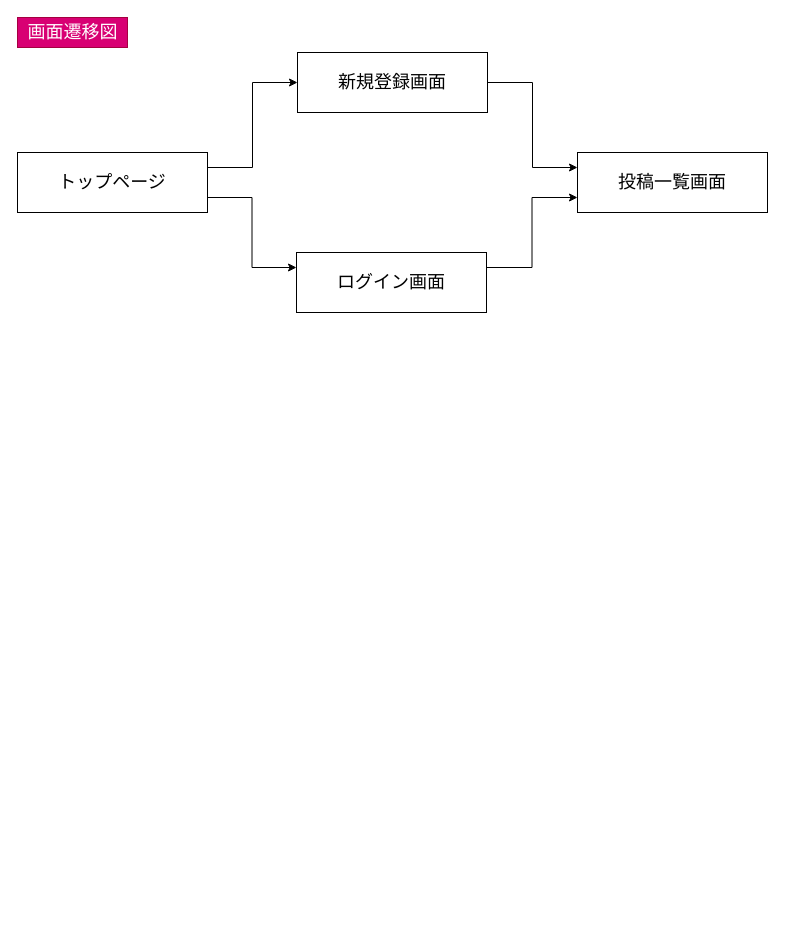
Before: page "画面遷移図" (2 of 2) of ER.dio in ALBAS23/ramen_app_01, a draw.io diagram. Source tidied: cells renumbered, new cells numbered last; positions are measured from the earlier drawing's top-left corner, leaving out a move shared by most shapes. Both pictures are drawn from the tidied source at 100%, with x=0, y=0 at pixel (17, 17).
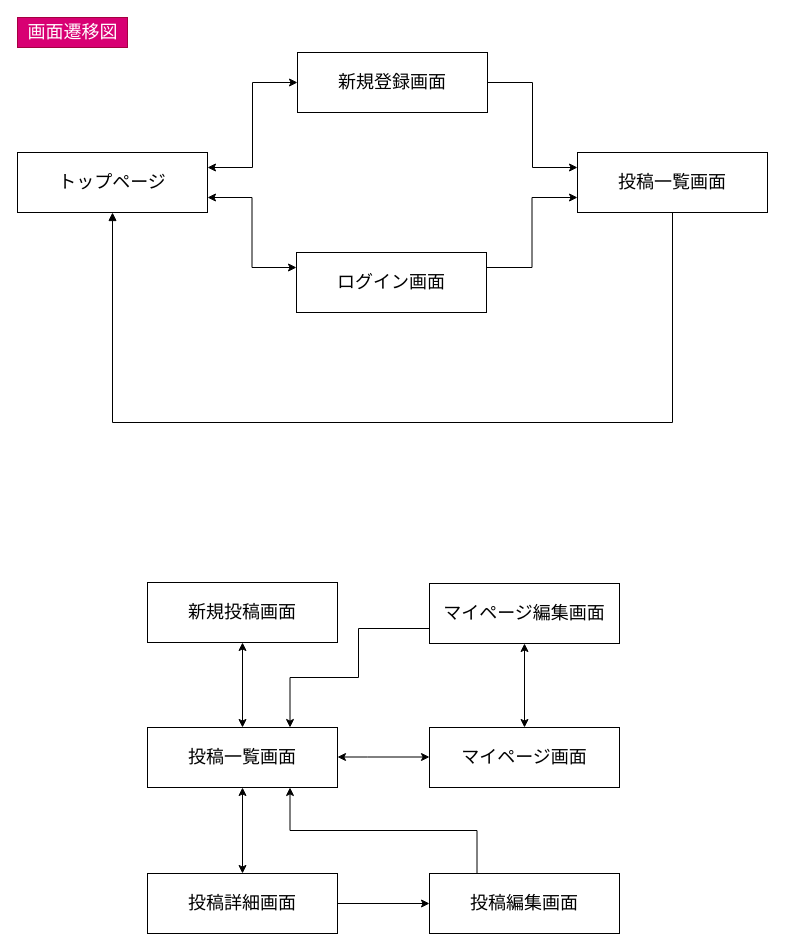
The same diagram, later.

Commit message:
画面遷移図 作成

The change refers to these unchanged cells:
```xml
<mxCell id="4" value="&lt;font style=&quot;font-size: 18px&quot;&gt;トップページ&lt;/font&gt;" style="whiteSpace=wrap;html=1;" parent="1" vertex="1">
  <mxGeometry y="135" width="190" height="60" as="geometry" />
</mxCell>
<mxCell id="6" value="&lt;font style=&quot;font-size: 18px&quot;&gt;新規登録画面&lt;/font&gt;" style="whiteSpace=wrap;html=1;" parent="1" vertex="1">
  <mxGeometry x="280" y="35" width="190" height="60" as="geometry" />
</mxCell>
<mxCell id="8" value="&lt;font style=&quot;font-size: 18px&quot;&gt;ログイン画面&lt;/font&gt;" style="whiteSpace=wrap;html=1;" parent="1" vertex="1">
  <mxGeometry x="279" y="235" width="190" height="60" as="geometry" />
</mxCell>
<mxCell id="9" value="&lt;font style=&quot;font-size: 18px&quot;&gt;投稿一覧画面&lt;/font&gt;" style="whiteSpace=wrap;html=1;" parent="1" vertex="1">
  <mxGeometry x="560" y="135" width="190" height="60" as="geometry" />
</mxCell>
```

The edit, as a diff of the source:
```diff
@@
-    <mxCell id="2" style="edgeStyle=orthogonalEdgeStyle;rounded=0;jettySize=auto;html=1;exitX=1;exitY=0.25;exitDx=0;exitDy=0;entryX=0;entryY=0.5;entryDx=0;entryDy=0;" parent="1" edge="1" source="4" target="6">
+    <mxCell id="2" style="edgeStyle=orthogonalEdgeStyle;rounded=0;jettySize=auto;html=1;exitX=1;exitY=0.25;exitDx=0;exitDy=0;entryX=0;entryY=0.5;entryDx=0;entryDy=0;startArrow=classic;startFill=1;" parent="1" edge="1" source="4" target="6">
       <mxGeometry relative="1" as="geometry" />
     </mxCell>
-    <mxCell id="3" style="edgeStyle=orthogonalEdgeStyle;rounded=0;jettySize=auto;html=1;exitX=1;exitY=0.75;exitDx=0;exitDy=0;entryX=0;entryY=0.25;entryDx=0;entryDy=0;" parent="1" edge="1" source="4" target="8">
+    <mxCell id="3" style="edgeStyle=orthogonalEdgeStyle;rounded=0;jettySize=auto;html=1;exitX=1;exitY=0.75;exitDx=0;exitDy=0;entryX=0;entryY=0.25;entryDx=0;entryDy=0;startArrow=classic;startFill=1;" parent="1" edge="1" source="4" target="8">
       <mxGeometry relative="1" as="geometry" />
     </mxCell>
+    <mxCell id="11" style="edgeStyle=orthogonalEdgeStyle;rounded=0;jettySize=auto;html=1;exitX=0.5;exitY=1;exitDx=0;exitDy=0;entryX=0.5;entryY=1;entryDx=0;entryDy=0;endArrow=none;endFill=0;startArrow=block;startFill=1;" parent="1" edge="1" source="4" target="9">
+      <mxGeometry relative="1" as="geometry">
+        <Array as="points">
+          <mxPoint x="95" y="405" />
+          <mxPoint x="655" y="405" />
+        </Array>
+      </mxGeometry>
+    </mxCell>
@@
+    <mxCell id="12" style="edgeStyle=orthogonalEdgeStyle;rounded=0;jettySize=auto;html=1;exitX=0.5;exitY=0;exitDx=0;exitDy=0;entryX=0.5;entryY=1;entryDx=0;entryDy=0;startArrow=classic;startFill=1;endArrow=classic;endFill=1;" parent="1" edge="1" source="13" target="17">
+      <mxGeometry relative="1" as="geometry" />
+    </mxCell>
+    <mxCell id="13" value="&lt;font style=&quot;font-size: 18px&quot;&gt;投稿一覧画面&lt;/font&gt;" style="whiteSpace=wrap;html=1;" parent="1" vertex="1">
+      <mxGeometry x="130" y="710" width="190" height="60" as="geometry" />
+    </mxCell>
+    <mxCell id="14" value="&lt;font style=&quot;font-size: 18px&quot;&gt;投稿詳細画面&lt;/font&gt;" style="whiteSpace=wrap;html=1;" parent="1" vertex="1">
+      <mxGeometry x="130" y="856" width="190" height="60" as="geometry" />
+    </mxCell>
+    <mxCell id="15" style="edgeStyle=orthogonalEdgeStyle;rounded=0;jettySize=auto;html=1;exitX=0.25;exitY=0;exitDx=0;exitDy=0;entryX=0.75;entryY=1;entryDx=0;entryDy=0;startArrow=none;startFill=0;endArrow=classic;endFill=1;" parent="1" edge="1" source="16" target="13">
+      <mxGeometry relative="1" as="geometry" />
+    </mxCell>
+    <mxCell id="16" value="&lt;font style=&quot;font-size: 18px&quot;&gt;投稿編集画面&lt;/font&gt;" style="whiteSpace=wrap;html=1;" parent="1" vertex="1">
+      <mxGeometry x="412" y="856" width="190" height="60" as="geometry" />
+    </mxCell>
+    <mxCell id="17" value="&lt;font style=&quot;font-size: 18px&quot;&gt;新規投稿画面&lt;/font&gt;" style="whiteSpace=wrap;html=1;" parent="1" vertex="1">
+      <mxGeometry x="130" y="565" width="190" height="60" as="geometry" />
+    </mxCell>
+    <mxCell id="18" style="edgeStyle=orthogonalEdgeStyle;rounded=0;jettySize=auto;html=1;exitX=0.5;exitY=1;exitDx=0;exitDy=0;startArrow=classic;startFill=1;endArrow=classic;endFill=1;entryX=0.5;entryY=0;entryDx=0;entryDy=0;" parent="1" edge="1" source="13" target="14">
+      <mxGeometry relative="1" as="geometry" />
+    </mxCell>
+    <mxCell id="19" style="edgeStyle=orthogonalEdgeStyle;rounded=0;jettySize=auto;html=1;exitX=1;exitY=0.5;exitDx=0;exitDy=0;startArrow=none;startFill=0;endArrow=classic;endFill=1;entryX=0;entryY=0.5;entryDx=0;entryDy=0;" parent="1" edge="1" source="14" target="16">
+      <mxGeometry relative="1" as="geometry" />
+    </mxCell>
+    <mxCell id="20" value="&lt;span style=&quot;font-size: 18px&quot;&gt;マイページ画面&lt;/span&gt;" style="whiteSpace=wrap;html=1;" parent="1" vertex="1">
+      <mxGeometry x="412" y="710" width="190" height="60" as="geometry" />
+    </mxCell>
+    <mxCell id="21" style="edgeStyle=orthogonalEdgeStyle;rounded=0;orthogonalLoop=1;jettySize=auto;html=1;exitX=1;exitY=0.5;exitDx=0;exitDy=0;startArrow=classic;startFill=1;endArrow=classic;endFill=1;entryX=0;entryY=0.5;entryDx=0;entryDy=0;" parent="1" edge="1">
+      <mxGeometry relative="1" as="geometry">
+        <mxPoint x="320" y="739.5" as="sourcePoint" />
+        <mxPoint x="412" y="739.5" as="targetPoint" />
+        <Array as="points">
+          <mxPoint x="350" y="739.5" />
+          <mxPoint x="350" y="739.5" />
+        </Array>
+      </mxGeometry>
+    </mxCell>
+    <mxCell id="22" value="&lt;span style=&quot;font-size: 18px&quot;&gt;マイページ編集画面&lt;/span&gt;" style="whiteSpace=wrap;html=1;" parent="1" vertex="1">
+      <mxGeometry x="412" y="566" width="190" height="60" as="geometry" />
+    </mxCell>
+    <mxCell id="23" style="edgeStyle=orthogonalEdgeStyle;rounded=0;jettySize=auto;html=1;exitX=0.5;exitY=0;exitDx=0;exitDy=0;entryX=0.5;entryY=1;entryDx=0;entryDy=0;startArrow=classic;startFill=1;endArrow=classic;endFill=1;" parent="1" edge="1" source="20" target="22">
+      <mxGeometry relative="1" as="geometry" />
+    </mxCell>
+    <mxCell id="24" style="edgeStyle=orthogonalEdgeStyle;rounded=0;jettySize=auto;html=1;exitX=0.75;exitY=0;exitDx=0;exitDy=0;entryX=0;entryY=0.75;entryDx=0;entryDy=0;startArrow=classic;startFill=1;endArrow=none;endFill=0;" parent="1" edge="1" source="13" target="22">
+      <mxGeometry relative="1" as="geometry">
+        <Array as="points">
+          <mxPoint x="273" y="660" />
+          <mxPoint x="341" y="660" />
+          <mxPoint x="341" y="611" />
+        </Array>
+      </mxGeometry>
+    </mxCell>
```
